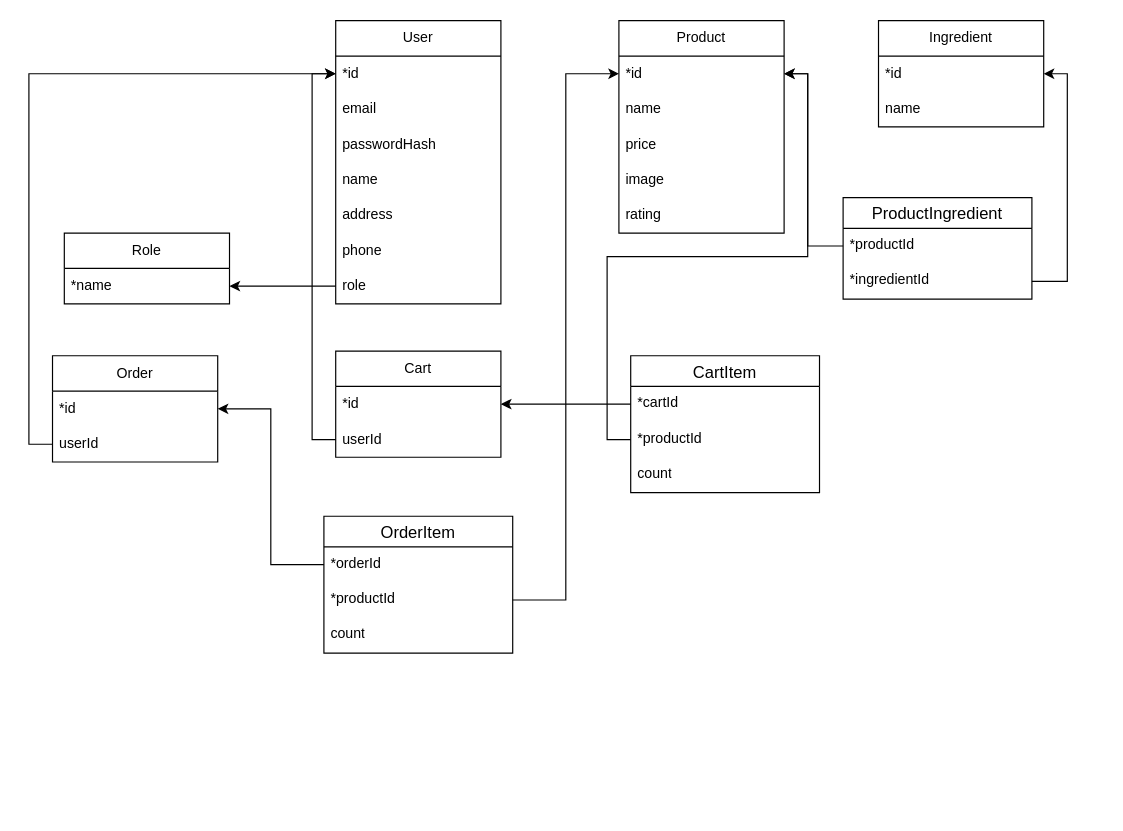
fevoritos/kentucky-baked-pizza keeps this draw.io diagram as page "Страница — 2" (2 of 2) of database.drawio. Above is the earlier version. Source tidied: cells renumbered, new cells numbered last; positions are measured from the earlier drawing's top-left corner, leaving out a move shared by most shapes. Both pictures are drawn from the tidied source at 118%, with x=0, y=0 at pixel (28, 20).
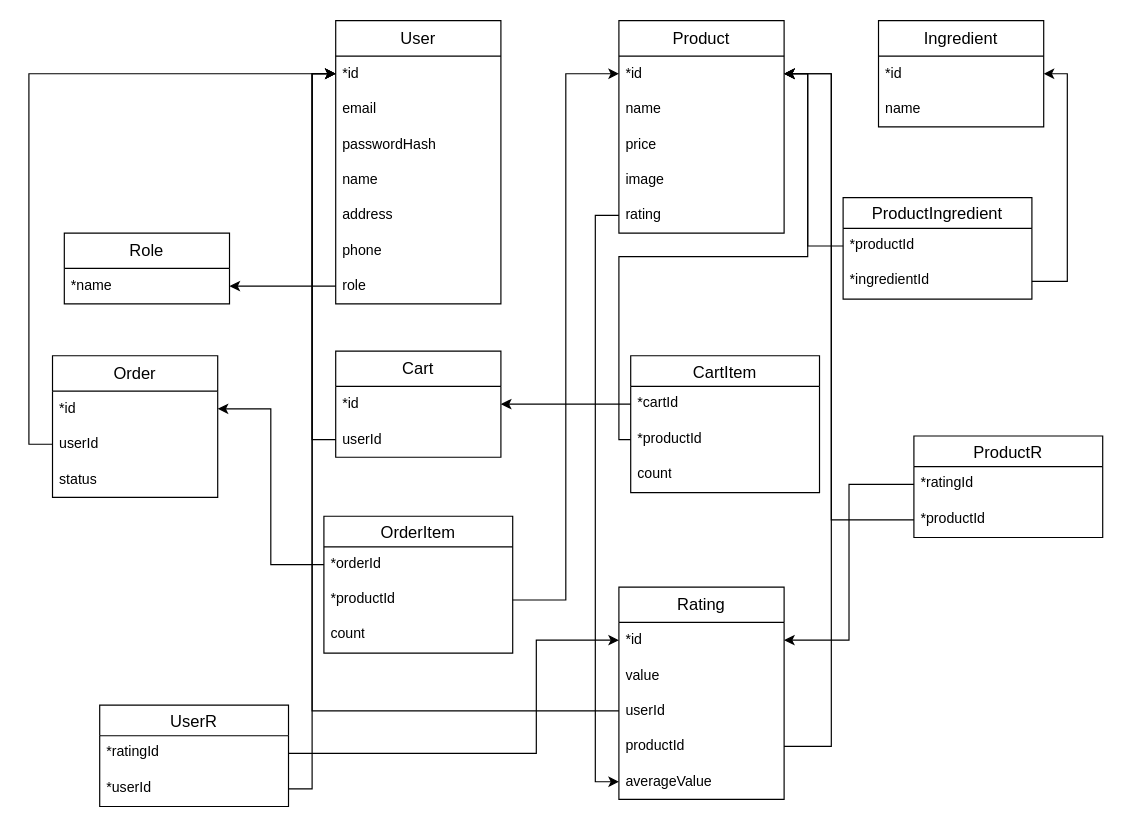
The same diagram, later.

Unchanged cells that the change refers to:
```xml
<mxCell id="3" value="*id" style="text;strokeColor=none;fillColor=none;align=left;verticalAlign=middle;spacingLeft=4;spacingRight=4;overflow=hidden;points=[[0,0.5],[1,0.5]];portConstraint=eastwest;whiteSpace=wrap;html=1;" parent="2" vertex="1">
  <mxGeometry y="30" width="140" height="30" as="geometry" />
</mxCell>
<mxCell id="11" value="*id" style="text;strokeColor=none;fillColor=none;align=left;verticalAlign=middle;spacingLeft=4;spacingRight=4;overflow=hidden;points=[[0,0.5],[1,0.5]];portConstraint=eastwest;whiteSpace=wrap;html=1;" parent="10" vertex="1">
  <mxGeometry y="30" width="140" height="30" as="geometry" />
</mxCell>
<mxCell id="15" value="rating" style="text;strokeColor=none;fillColor=none;align=left;verticalAlign=middle;spacingLeft=4;spacingRight=4;overflow=hidden;points=[[0,0.5],[1,0.5]];portConstraint=eastwest;whiteSpace=wrap;html=1;" parent="10" vertex="1">
  <mxGeometry y="150" width="140" height="30" as="geometry" />
</mxCell>
<mxCell id="24" value="*productId" style="text;strokeColor=none;fillColor=none;spacingLeft=4;spacingRight=4;overflow=hidden;points=[[0,0.5],[1,0.5]];portConstraint=eastwest;fontSize=12;whiteSpace=wrap;html=1;" parent="22" vertex="1">
  <mxGeometry y="56" width="160" height="30" as="geometry" />
</mxCell>
```

What changed in the source:
```diff
@@
-    <mxCell id="2" value="User" style="swimlane;fontStyle=0;horizontal=1;startSize=30;whiteSpace=wrap;html=1;shadow=0;" parent="1" vertex="1">
+    <mxCell id="2" value="&lt;font style=&quot;font-size: 14px;&quot;&gt;User&lt;/font&gt;" style="swimlane;fontStyle=0;horizontal=1;startSize=30;whiteSpace=wrap;html=1;shadow=0;" parent="1" vertex="1">
       <mxGeometry x="260" width="140" height="240" as="geometry" />
     </mxCell>
@@
-    <mxCell id="10" value="Product" style="swimlane;fontStyle=0;horizontal=1;startSize=30;whiteSpace=wrap;html=1;" parent="1" vertex="1">
+    <mxCell id="10" value="&lt;font style=&quot;font-size: 14px;&quot;&gt;Product&lt;/font&gt;" style="swimlane;fontStyle=0;horizontal=1;startSize=30;whiteSpace=wrap;html=1;" parent="1" vertex="1">
       <mxGeometry x="500" width="140" height="180" as="geometry" />
     </mxCell>
@@
-    <mxCell id="16" value="Ingredient" style="swimlane;fontStyle=0;horizontal=1;startSize=30;whiteSpace=wrap;html=1;" parent="1" vertex="1">
+    <mxCell id="16" value="&lt;font style=&quot;font-size: 14px;&quot;&gt;Ingredient&lt;/font&gt;" style="swimlane;fontStyle=0;horizontal=1;startSize=30;whiteSpace=wrap;html=1;" parent="1" vertex="1">
       <mxGeometry x="720" width="140" height="90" as="geometry" />
     </mxCell>
@@
-    <mxCell id="19" value="Cart" style="swimlane;fontStyle=0;horizontal=1;startSize=30;whiteSpace=wrap;html=1;" parent="1" vertex="1">
+    <mxCell id="19" value="&lt;font style=&quot;font-size: 14px;&quot;&gt;Cart&lt;/font&gt;" style="swimlane;fontStyle=0;horizontal=1;startSize=30;whiteSpace=wrap;html=1;" parent="1" vertex="1">
       <mxGeometry x="260" y="280" width="140" height="90" as="geometry" />
     </mxCell>
@@
     <mxCell id="27" style="edgeStyle=orthogonalEdgeStyle;rounded=0;jettySize=auto;html=1;" parent="1" edge="1" source="24" target="11">
       <mxGeometry relative="1" as="geometry">
         <Array as="points">
-          <mxPoint x="490" y="355" />
-          <mxPoint x="490" y="200" />
+          <mxPoint x="500" y="355" />
+          <mxPoint x="500" y="200" />
           <mxPoint x="660" y="200" />
           <mxPoint x="660" y="45" />
         </Array>
       </mxGeometry>
     </mxCell>
@@
-    <mxCell id="34" value="Role" style="swimlane;fontStyle=0;horizontal=1;startSize=30;whiteSpace=wrap;html=1;" parent="1" vertex="1">
+    <mxCell id="34" value="&lt;font style=&quot;font-size: 14px;&quot;&gt;Role&lt;/font&gt;" style="swimlane;fontStyle=0;horizontal=1;startSize=30;whiteSpace=wrap;html=1;" parent="1" vertex="1">
       <mxGeometry x="30" y="180" width="140" height="60" as="geometry" />
     </mxCell>
@@
-    <mxCell id="37" value="Order" style="swimlane;fontStyle=0;horizontal=1;startSize=30;whiteSpace=wrap;html=1;" parent="1" vertex="1">
-      <mxGeometry x="20" y="284" width="140" height="90" as="geometry" />
+    <mxCell id="37" value="&lt;font style=&quot;font-size: 14px;&quot;&gt;Order&lt;/font&gt;" style="swimlane;fontStyle=0;horizontal=1;startSize=30;whiteSpace=wrap;html=1;" parent="1" vertex="1">
+      <mxGeometry x="20" y="284" width="140" height="120" as="geometry" />
     </mxCell>
@@
+    <mxCell id="47" value="status" style="text;strokeColor=none;fillColor=none;align=left;verticalAlign=middle;spacingLeft=4;spacingRight=4;overflow=hidden;whiteSpace=wrap;html=1;" parent="37" vertex="1">
+      <mxGeometry y="90" width="140" height="30" as="geometry" />
+    </mxCell>
@@
+    <mxCell id="48" value="&lt;font style=&quot;font-size: 14px;&quot;&gt;Rating&lt;/font&gt;" style="swimlane;fontStyle=0;horizontal=1;startSize=30;whiteSpace=wrap;html=1;" parent="1" vertex="1">
+      <mxGeometry x="500" y="480" width="140" height="180" as="geometry" />
+    </mxCell>
+    <mxCell id="49" value="*id" style="text;strokeColor=none;fillColor=none;align=left;verticalAlign=middle;spacingLeft=4;spacingRight=4;overflow=hidden;points=[[0,0.5],[1,0.5]];portConstraint=eastwest;whiteSpace=wrap;html=1;" parent="48" vertex="1">
+      <mxGeometry y="30" width="140" height="30" as="geometry" />
+    </mxCell>
+    <mxCell id="50" value="value" style="text;strokeColor=none;fillColor=none;align=left;verticalAlign=middle;spacingLeft=4;spacingRight=4;overflow=hidden;whiteSpace=wrap;html=1;" parent="48" vertex="1">
+      <mxGeometry y="60" width="140" height="30" as="geometry" />
+    </mxCell>
+    <mxCell id="51" value="userId" style="text;strokeColor=none;fillColor=none;align=left;verticalAlign=middle;spacingLeft=4;spacingRight=4;overflow=hidden;points=[[0,0.5],[1,0.5]];portConstraint=eastwest;whiteSpace=wrap;html=1;" parent="48" vertex="1">
+      <mxGeometry y="90" width="140" height="30" as="geometry" />
+    </mxCell>
+    <mxCell id="52" value="productId" style="text;strokeColor=none;fillColor=none;align=left;verticalAlign=middle;spacingLeft=4;spacingRight=4;overflow=hidden;points=[[0,0.5],[1,0.5]];portConstraint=eastwest;whiteSpace=wrap;html=1;" parent="48" vertex="1">
+      <mxGeometry y="120" width="140" height="30" as="geometry" />
+    </mxCell>
+    <mxCell id="53" value="&lt;span style=&quot;white-space-collapse: preserve;&quot; class=&quot;aNeGP0gI0B9AV8JaHPyH&quot;&gt;averageValue&lt;/span&gt;" style="text;strokeColor=none;fillColor=none;align=left;verticalAlign=middle;spacingLeft=4;spacingRight=4;overflow=hidden;points=[[0,0.5],[1,0.5]];portConstraint=eastwest;whiteSpace=wrap;html=1;" parent="48" vertex="1">
+      <mxGeometry y="150" width="140" height="30" as="geometry" />
+    </mxCell>
+    <mxCell id="54" style="edgeStyle=orthogonalEdgeStyle;rounded=0;jettySize=auto;html=1;" parent="1" edge="1" source="51" target="3">
+      <mxGeometry relative="1" as="geometry">
+        <Array as="points">
+          <mxPoint x="240" y="585" />
+          <mxPoint x="240" y="45" />
+        </Array>
+      </mxGeometry>
+    </mxCell>
+    <mxCell id="55" style="edgeStyle=orthogonalEdgeStyle;rounded=0;jettySize=auto;html=1;" parent="1" edge="1" source="52" target="11">
+      <mxGeometry relative="1" as="geometry">
+        <Array as="points">
+          <mxPoint x="680" y="615" />
+          <mxPoint x="680" y="45" />
+        </Array>
+      </mxGeometry>
+    </mxCell>
+    <mxCell id="56" style="edgeStyle=orthogonalEdgeStyle;rounded=0;jettySize=auto;html=1;entryX=0;entryY=0.5;entryDx=0;entryDy=0;" parent="1" edge="1" source="15" target="53">
+      <mxGeometry relative="1" as="geometry" />
+    </mxCell>
+    <mxCell id="57" value="UserR" style="swimlane;fontStyle=0;horizontal=1;startSize=26;align=center;fontSize=14;" parent="1" vertex="1">
+      <mxGeometry x="60" y="580" width="160" height="86" as="geometry" />
+    </mxCell>
+    <mxCell id="58" value="*ratingId" style="text;strokeColor=none;fillColor=none;spacingLeft=4;spacingRight=4;overflow=hidden;points=[[0,0.5],[1,0.5]];portConstraint=eastwest;fontSize=12;whiteSpace=wrap;html=1;" parent="57" vertex="1">
+      <mxGeometry y="26" width="160" height="30" as="geometry" />
+    </mxCell>
+    <mxCell id="59" value="*userId" style="text;strokeColor=none;fillColor=none;spacingLeft=4;spacingRight=4;overflow=hidden;points=[[0,0.5],[1,0.5]];portConstraint=eastwest;fontSize=12;whiteSpace=wrap;html=1;" parent="57" vertex="1">
+      <mxGeometry y="56" width="160" height="30" as="geometry" />
+    </mxCell>
+    <mxCell id="60" value="ProductR" style="swimlane;fontStyle=0;horizontal=1;startSize=26;align=center;fontSize=14;" parent="1" vertex="1">
+      <mxGeometry x="750" y="352" width="160" height="86" as="geometry" />
+    </mxCell>
+    <mxCell id="61" value="*ratingId" style="text;strokeColor=none;fillColor=none;spacingLeft=4;spacingRight=4;overflow=hidden;points=[[0,0.5],[1,0.5]];portConstraint=eastwest;fontSize=12;whiteSpace=wrap;html=1;" parent="60" vertex="1">
+      <mxGeometry y="26" width="160" height="30" as="geometry" />
+    </mxCell>
+    <mxCell id="62" value="*productId" style="text;strokeColor=none;fillColor=none;spacingLeft=4;spacingRight=4;overflow=hidden;points=[[0,0.5],[1,0.5]];portConstraint=eastwest;fontSize=12;whiteSpace=wrap;html=1;" parent="60" vertex="1">
+      <mxGeometry y="56" width="160" height="30" as="geometry" />
+    </mxCell>
+    <mxCell id="63" style="edgeStyle=orthogonalEdgeStyle;rounded=0;jettySize=auto;html=1;entryX=1;entryY=0.5;entryDx=0;entryDy=0;" parent="1" edge="1" source="62" target="11">
+      <mxGeometry relative="1" as="geometry">
+        <Array as="points">
+          <mxPoint x="680" y="423" />
+          <mxPoint x="680" y="45" />
+        </Array>
+      </mxGeometry>
+    </mxCell>
+    <mxCell id="64" style="edgeStyle=orthogonalEdgeStyle;rounded=0;jettySize=auto;html=1;entryX=1;entryY=0.5;entryDx=0;entryDy=0;" parent="1" edge="1" source="61" target="49">
+      <mxGeometry relative="1" as="geometry" />
+    </mxCell>
+    <mxCell id="65" style="edgeStyle=orthogonalEdgeStyle;rounded=0;jettySize=auto;html=1;" parent="1" edge="1" source="59" target="3">
+      <mxGeometry relative="1" as="geometry" />
+    </mxCell>
+    <mxCell id="66" style="edgeStyle=orthogonalEdgeStyle;rounded=0;jettySize=auto;html=1;entryX=0;entryY=0.5;entryDx=0;entryDy=0;" parent="1" edge="1" source="58" target="49">
+      <mxGeometry relative="1" as="geometry">
+        <Array as="points">
+          <mxPoint x="430" y="621" />
+          <mxPoint x="430" y="525" />
+        </Array>
+      </mxGeometry>
+    </mxCell>
```
